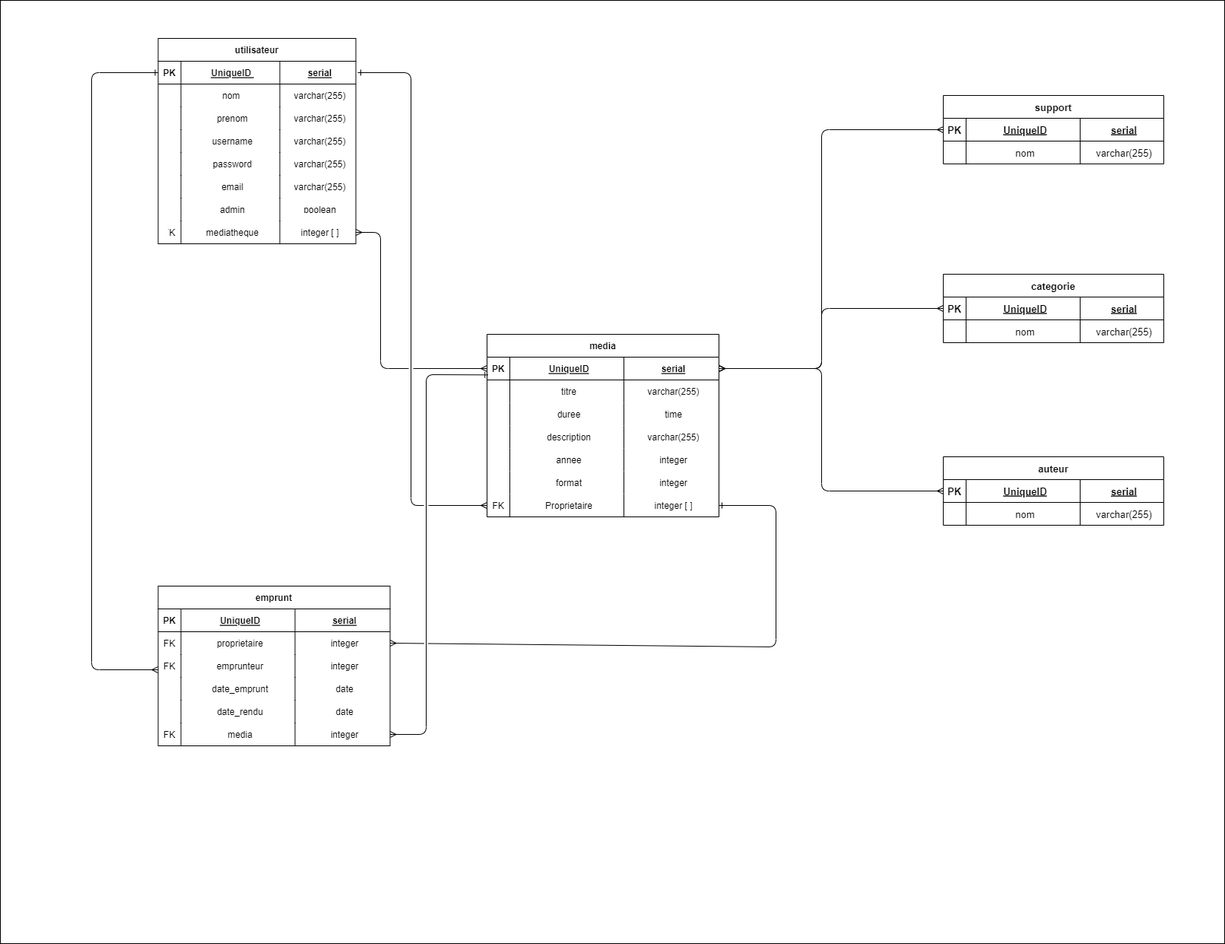
DarKaizoku/medialand_back keeps this draw.io diagram as diagramClass.png. Above is the earlier version. Source tidied: cells renumbered, new cells last; positions are measured from the earlier drawing's top-left corner, leaving out a move shared by most shapes.
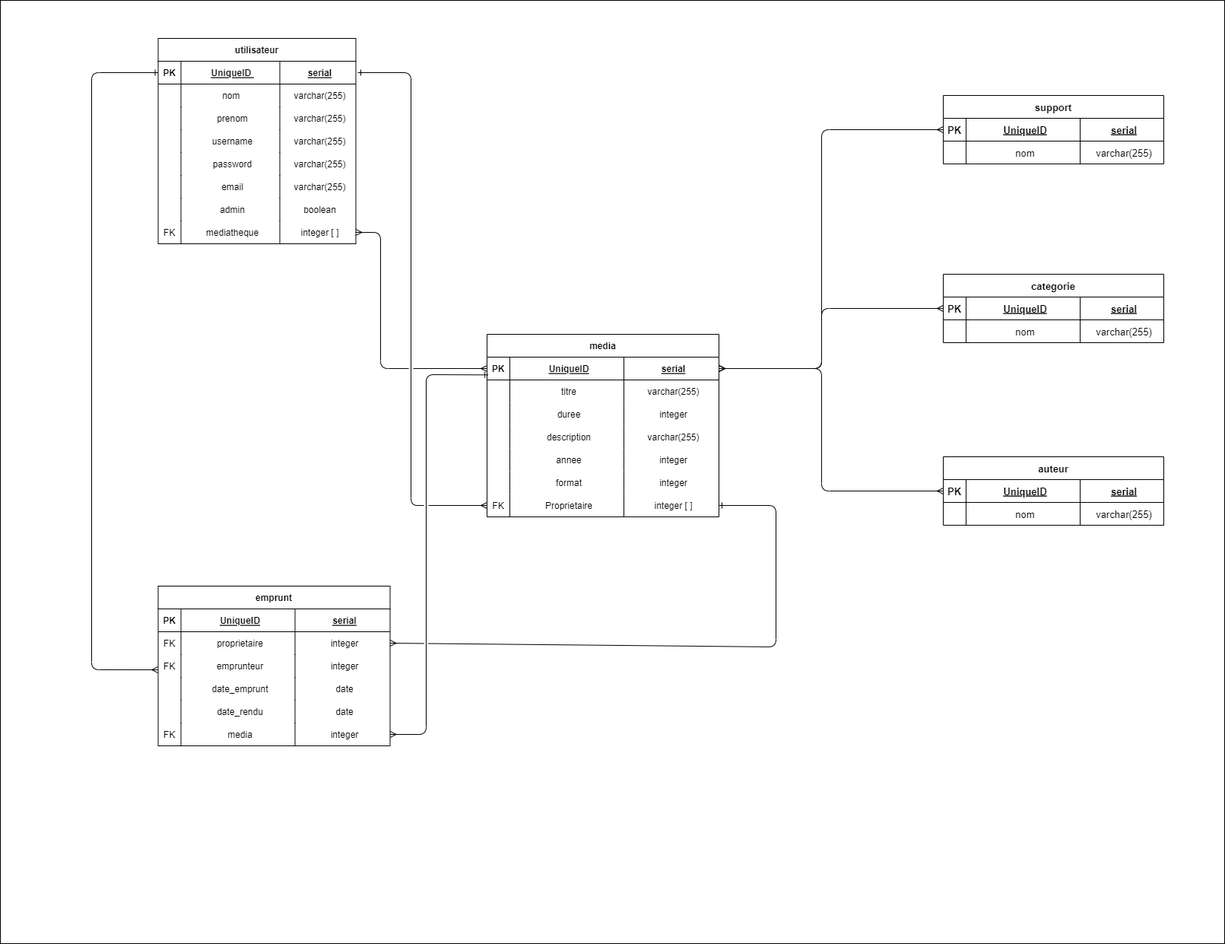
After the commit.

Change to the diagram source:
```diff
@@ -41,7 +41,7 @@
     <mxCell id="14" value="duree" style="shape=partialRectangle;fillColor=none;top=0;left=0;bottom=0;right=0;align=center;spacingLeft=6;overflow=hidden;" parent="12" vertex="1">
       <mxGeometry x="30" width="150" height="30" as="geometry" />
     </mxCell>
-    <mxCell id="15" value="time" style="shape=partialRectangle;fillColor=none;top=0;left=0;bottom=0;right=0;align=center;spacingLeft=6;overflow=hidden;" parent="12" vertex="1">
+    <mxCell id="15" value="integer" style="shape=partialRectangle;fillColor=none;top=0;left=0;bottom=0;right=0;align=center;spacingLeft=6;overflow=hidden;" parent="12" vertex="1">
       <mxGeometry x="180" width="125" height="30" as="geometry" />
     </mxCell>
     <mxCell id="16" style="shape=tableRow;horizontal=0;startSize=0;swimlaneHead=0;swimlaneBody=0;fillColor=none;top=0;left=0;right=0;bottom=0;" parent="3" vertex="1">
```
